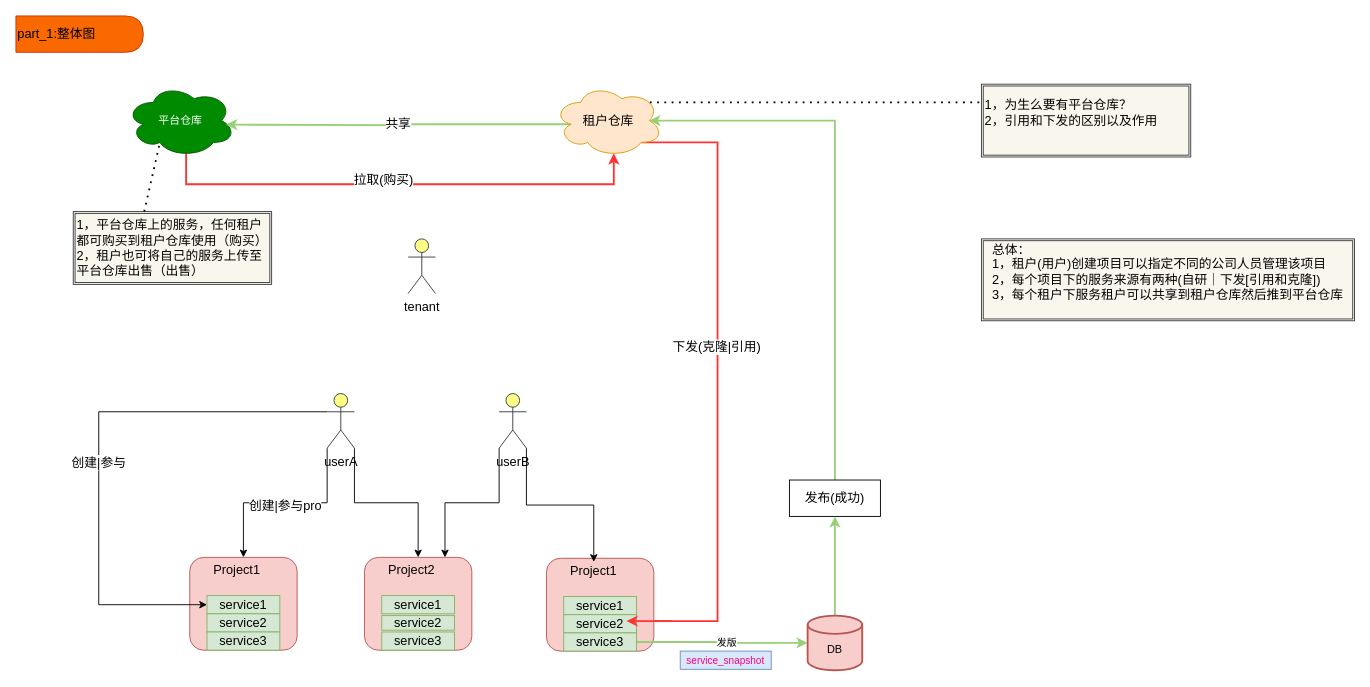
Above: 服务下发.drawio in ThePointOfXu/liu_cheng_tu (draw.io), before the change. Source tidied: cells renumbered, new cells numbered last; positions are measured from the earlier drawing's top-left corner, leaving out a move shared by most shapes. Both pictures are drawn from the tidied source at 91%, with x=0, y=0 at pixel (15, 15).
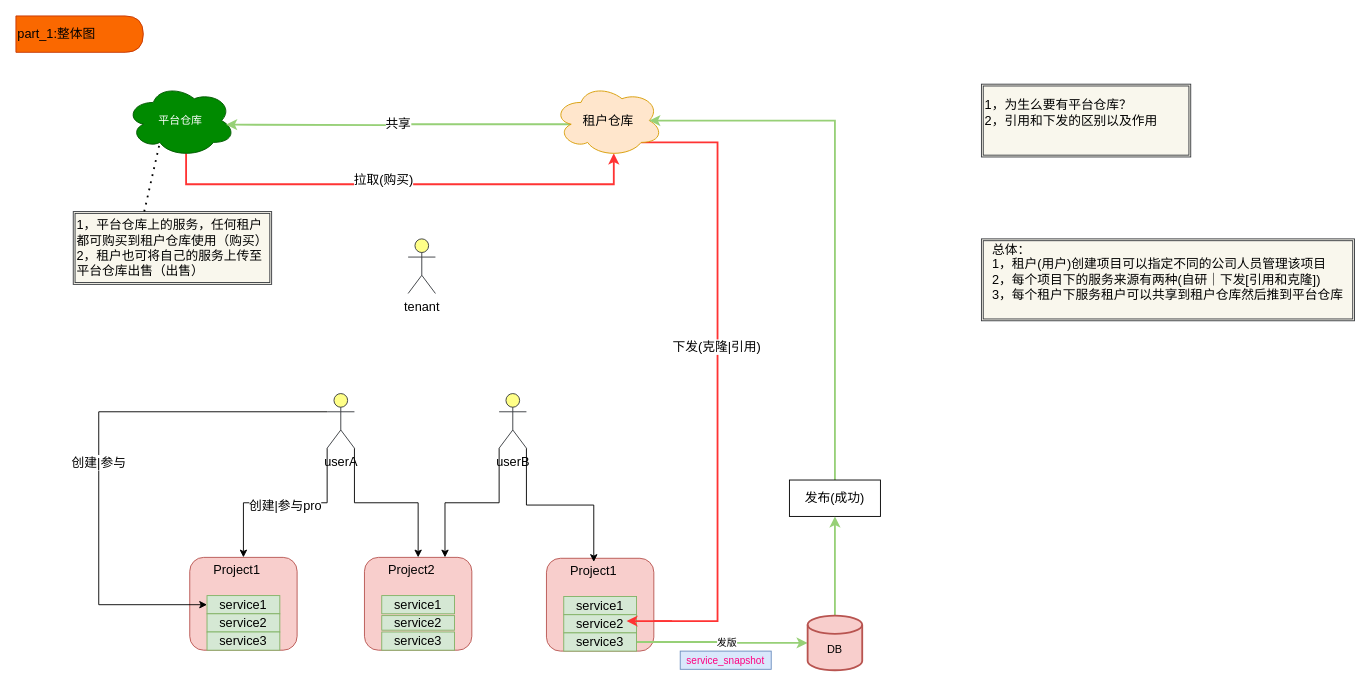
After the change.

Unchanged cells that the change refers to:
```xml
<mxCell id="9" value="租户仓库" style="ellipse;shape=cloud;whiteSpace=wrap;html=1;fontSize=14;fillColor=#ffe6cc;strokeColor=#d79b00;" parent="1" vertex="1">
  <mxGeometry x="591" y="75" width="120" height="80" as="geometry" />
</mxCell>
```

Diff of the diagram source:
```diff
@@
-    <mxCell id="41" style="endArrow=none;dashed=1;html=1;dashPattern=1 3;strokeWidth=2;fontSize=14;fontColor=#33FF33;exitX=0.88;exitY=0.25;exitDx=0;exitDy=0;exitPerimeter=0;" parent="1" edge="1" source="9">
-      <mxGeometry relative="1" as="geometry">
-        <mxPoint x="1061" y="95" as="targetPoint" />
-        <Array as="points">
-          <mxPoint x="1051" y="95" />
-        </Array>
-      </mxGeometry>
-    </mxCell>
```
